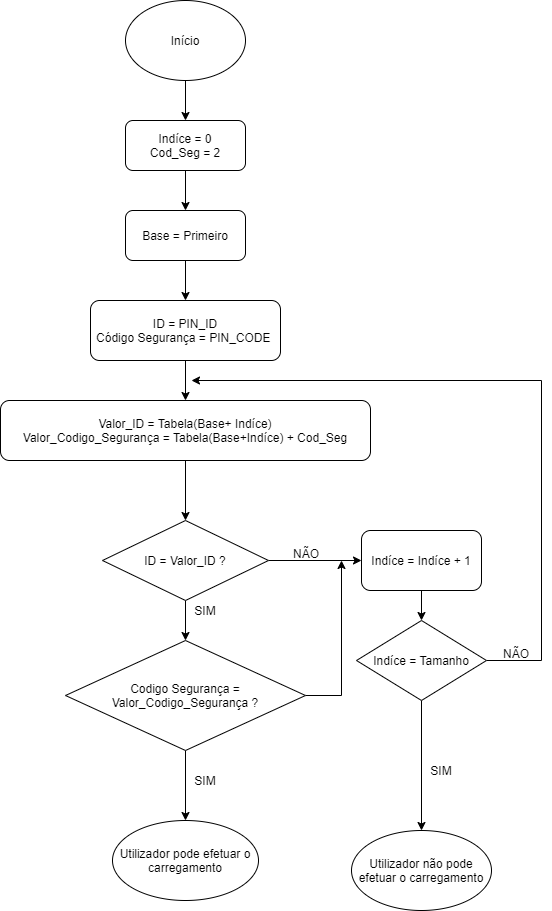
ProgRub/Proj2AC keeps this draw.io diagram as flux_verificacao_utilizador.png. Above is the earlier version. Source tidied: cells renumbered, new cells last; positions are measured from the earlier drawing's top-left corner, leaving out a move shared by most shapes. The source it was exported from:
```xml
<mxGraphModel>
  <root>
    <mxCell id="0" />
    <mxCell id="1" parent="0" />
    <mxCell id="2" style="edgeStyle=orthogonalEdgeStyle;rounded=0;jettySize=auto;html=1;entryX=0.5;entryY=0;entryDx=0;entryDy=0;" parent="1" edge="1" source="3" target="5">
      <mxGeometry relative="1" as="geometry" />
    </mxCell>
    <mxCell id="3" value="Início" style="ellipse;whiteSpace=wrap;html=1;" parent="1" vertex="1">
      <mxGeometry x="125" width="120" height="80" as="geometry" />
    </mxCell>
    <mxCell id="4" style="edgeStyle=orthogonalEdgeStyle;rounded=0;jettySize=auto;html=1;entryX=0.5;entryY=0;entryDx=0;entryDy=0;" parent="1" edge="1" source="5" target="7">
      <mxGeometry relative="1" as="geometry" />
    </mxCell>
    <mxCell id="5" value="Indíce = 0&lt;br&gt;Cod_Seg = 2" style="rounded=1;whiteSpace=wrap;html=1;" parent="1" vertex="1">
      <mxGeometry x="125" y="120" width="120" height="50" as="geometry" />
    </mxCell>
    <mxCell id="6" style="edgeStyle=orthogonalEdgeStyle;rounded=0;jettySize=auto;html=1;entryX=0.5;entryY=0;entryDx=0;entryDy=0;" parent="1" edge="1" source="7" target="9">
      <mxGeometry relative="1" as="geometry" />
    </mxCell>
    <mxCell id="7" value="Base = Primeiro" style="rounded=1;whiteSpace=wrap;html=1;" parent="1" vertex="1">
      <mxGeometry x="125" y="210" width="120" height="50" as="geometry" />
    </mxCell>
    <mxCell id="8" style="edgeStyle=orthogonalEdgeStyle;rounded=0;jettySize=auto;html=1;entryX=0.5;entryY=0;entryDx=0;entryDy=0;" parent="1" edge="1" source="9" target="11">
      <mxGeometry relative="1" as="geometry" />
    </mxCell>
    <mxCell id="9" value="ID = PIN_ID&lt;br&gt;Código Segurança = PIN_CODE&amp;nbsp;" style="rounded=1;whiteSpace=wrap;html=1;" parent="1" vertex="1">
      <mxGeometry x="90" y="300" width="190" height="60" as="geometry" />
    </mxCell>
    <mxCell id="10" style="edgeStyle=orthogonalEdgeStyle;rounded=0;jettySize=auto;html=1;entryX=0.5;entryY=0;entryDx=0;entryDy=0;" parent="1" edge="1" source="11" target="14">
      <mxGeometry relative="1" as="geometry" />
    </mxCell>
    <mxCell id="11" value="Valor_ID&amp;nbsp;= Tabela(Base+ Indíce)&lt;br&gt;Valor_Codigo_Segurança = Tabela(Base+Indíce) + Cod_Seg" style="rounded=1;whiteSpace=wrap;html=1;" parent="1" vertex="1">
      <mxGeometry y="400" width="370" height="60" as="geometry" />
    </mxCell>
    <mxCell id="12" style="edgeStyle=orthogonalEdgeStyle;rounded=0;jettySize=auto;html=1;entryX=0.5;entryY=0;entryDx=0;entryDy=0;" parent="1" edge="1" source="14" target="17">
      <mxGeometry relative="1" as="geometry" />
    </mxCell>
    <mxCell id="13" style="edgeStyle=orthogonalEdgeStyle;rounded=0;jettySize=auto;html=1;entryX=0;entryY=0.5;entryDx=0;entryDy=0;" parent="1" edge="1" source="14" target="22">
      <mxGeometry relative="1" as="geometry" />
    </mxCell>
    <mxCell id="14" value="ID = Valor_ID ?" style="rhombus;whiteSpace=wrap;html=1;" parent="1" vertex="1">
      <mxGeometry x="102" y="520" width="166" height="80" as="geometry" />
    </mxCell>
    <mxCell id="15" style="edgeStyle=orthogonalEdgeStyle;rounded=0;jettySize=auto;html=1;" parent="1" edge="1" source="17">
      <mxGeometry relative="1" as="geometry">
        <mxPoint x="185" y="820" as="targetPoint" />
      </mxGeometry>
    </mxCell>
    <mxCell id="16" style="edgeStyle=orthogonalEdgeStyle;rounded=0;jettySize=auto;html=1;" parent="1" edge="1" source="17">
      <mxGeometry relative="1" as="geometry">
        <mxPoint x="341" y="560" as="targetPoint" />
      </mxGeometry>
    </mxCell>
    <mxCell id="17" value="Codigo Segurança = Valor_Codigo_Segurança ?" style="rhombus;whiteSpace=wrap;html=1;" parent="1" vertex="1">
      <mxGeometry x="65" y="640" width="240" height="110" as="geometry" />
    </mxCell>
    <mxCell id="18" value="SIM" style="text;html=1;strokeColor=none;fillColor=none;align=center;verticalAlign=middle;whiteSpace=wrap;rounded=0;" parent="1" vertex="1">
      <mxGeometry x="185" y="600" width="40" height="20" as="geometry" />
    </mxCell>
    <mxCell id="19" value="SIM" style="text;html=1;strokeColor=none;fillColor=none;align=center;verticalAlign=middle;whiteSpace=wrap;rounded=0;" parent="1" vertex="1">
      <mxGeometry x="185" y="770" width="40" height="20" as="geometry" />
    </mxCell>
    <mxCell id="20" value="Utilizador pode efetuar o carregamento" style="ellipse;whiteSpace=wrap;html=1;" parent="1" vertex="1">
      <mxGeometry x="112" y="820" width="146" height="80" as="geometry" />
    </mxCell>
    <mxCell id="21" style="edgeStyle=orthogonalEdgeStyle;rounded=0;jettySize=auto;html=1;entryX=0.5;entryY=0;entryDx=0;entryDy=0;" parent="1" edge="1" source="22" target="26">
      <mxGeometry relative="1" as="geometry" />
    </mxCell>
    <mxCell id="22" value="Indíce = Indíce + 1" style="rounded=1;whiteSpace=wrap;html=1;" parent="1" vertex="1">
      <mxGeometry x="361" y="530" width="120" height="60" as="geometry" />
    </mxCell>
    <mxCell id="23" value="NÃO" style="text;whiteSpace=wrap;html=1;" parent="1" vertex="1">
      <mxGeometry x="291" y="540" width="30" height="20" as="geometry" />
    </mxCell>
    <mxCell id="24" style="edgeStyle=orthogonalEdgeStyle;rounded=0;jettySize=auto;html=1;" parent="1" edge="1" source="26">
      <mxGeometry relative="1" as="geometry">
        <mxPoint x="191" y="380" as="targetPoint" />
        <Array as="points">
          <mxPoint x="541" y="660" />
          <mxPoint x="541" y="380" />
        </Array>
      </mxGeometry>
    </mxCell>
    <mxCell id="25" style="edgeStyle=orthogonalEdgeStyle;rounded=0;jettySize=auto;html=1;" parent="1" edge="1" source="26">
      <mxGeometry relative="1" as="geometry">
        <mxPoint x="421" y="830" as="targetPoint" />
      </mxGeometry>
    </mxCell>
    <mxCell id="26" value="Indíce = Tamanho" style="rhombus;whiteSpace=wrap;html=1;" parent="1" vertex="1">
      <mxGeometry x="356" y="620" width="130" height="80" as="geometry" />
    </mxCell>
    <mxCell id="27" value="NÃO" style="text;whiteSpace=wrap;html=1;" parent="1" vertex="1">
      <mxGeometry x="501" y="640" width="50" height="70" as="geometry" />
    </mxCell>
    <mxCell id="28" value="Utilizador não pode efetuar o carregamento" style="ellipse;whiteSpace=wrap;html=1;" parent="1" vertex="1">
      <mxGeometry x="351" y="830" width="140" height="80" as="geometry" />
    </mxCell>
    <mxCell id="29" value="SIM" style="text;html=1;strokeColor=none;fillColor=none;align=center;verticalAlign=middle;whiteSpace=wrap;rounded=0;" parent="1" vertex="1">
      <mxGeometry x="421" y="760" width="40" height="20" as="geometry" />
    </mxCell>
  </root>
</mxGraphModel>
```
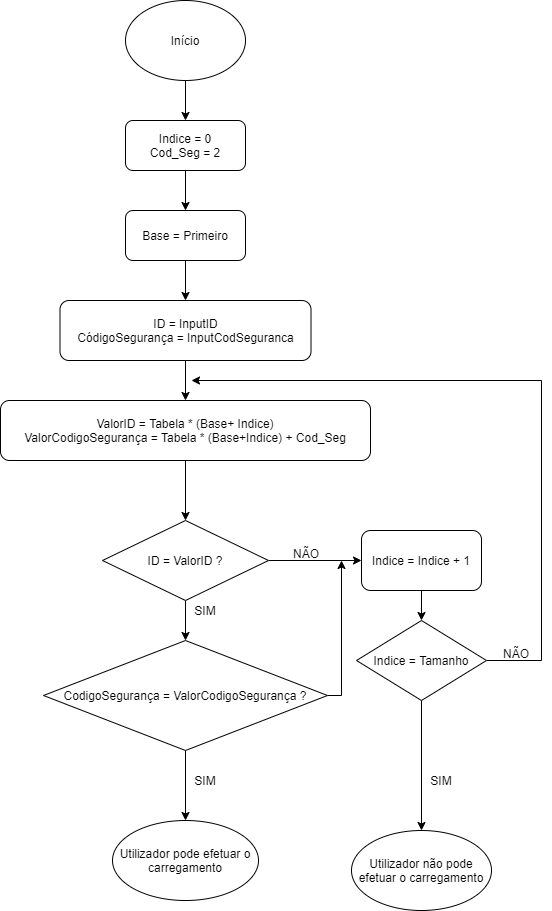
Later version of the same file.

The edit, as a diff of the source:
```diff
@@ -11,7 +11,7 @@
     <mxCell id="4" style="edgeStyle=orthogonalEdgeStyle;rounded=0;jettySize=auto;html=1;entryX=0.5;entryY=0;entryDx=0;entryDy=0;" parent="1" edge="1" source="5" target="7">
       <mxGeometry relative="1" as="geometry" />
     </mxCell>
-    <mxCell id="5" value="Indíce = 0&lt;br&gt;Cod_Seg = 2" style="rounded=1;whiteSpace=wrap;html=1;" parent="1" vertex="1">
+    <mxCell id="5" value="Indice = 0&lt;br&gt;Cod_Seg = 2" style="rounded=1;whiteSpace=wrap;html=1;" parent="1" vertex="1">
       <mxGeometry x="125" y="120" width="120" height="50" as="geometry" />
     </mxCell>
     <mxCell id="6" style="edgeStyle=orthogonalEdgeStyle;rounded=0;jettySize=auto;html=1;entryX=0.5;entryY=0;entryDx=0;entryDy=0;" parent="1" edge="1" source="7" target="9">
@@ -23,13 +23,13 @@
     <mxCell id="8" style="edgeStyle=orthogonalEdgeStyle;rounded=0;jettySize=auto;html=1;entryX=0.5;entryY=0;entryDx=0;entryDy=0;" parent="1" edge="1" source="9" target="11">
       <mxGeometry relative="1" as="geometry" />
     </mxCell>
-    <mxCell id="9" value="ID = PIN_ID&lt;br&gt;Código Segurança = PIN_CODE&amp;nbsp;" style="rounded=1;whiteSpace=wrap;html=1;" parent="1" vertex="1">
-      <mxGeometry x="90" y="300" width="190" height="60" as="geometry" />
+    <mxCell id="9" value="ID = InputID&lt;br&gt;CódigoSegurança = InputCodSeguranca" style="rounded=1;whiteSpace=wrap;html=1;" parent="1" vertex="1">
+      <mxGeometry x="59.5" y="300" width="251" height="60" as="geometry" />
     </mxCell>
     <mxCell id="10" style="edgeStyle=orthogonalEdgeStyle;rounded=0;jettySize=auto;html=1;entryX=0.5;entryY=0;entryDx=0;entryDy=0;" parent="1" edge="1" source="11" target="14">
       <mxGeometry relative="1" as="geometry" />
     </mxCell>
-    <mxCell id="11" value="Valor_ID&amp;nbsp;= Tabela(Base+ Indíce)&lt;br&gt;Valor_Codigo_Segurança = Tabela(Base+Indíce) + Cod_Seg" style="rounded=1;whiteSpace=wrap;html=1;" parent="1" vertex="1">
+    <mxCell id="11" value="ValorID&amp;nbsp;= Tabela * (Base+ Indice)&lt;br&gt;ValorCodigoSegurança = Tabela * (Base+Indice) + Cod_Seg" style="rounded=1;whiteSpace=wrap;html=1;" parent="1" vertex="1">
       <mxGeometry y="400" width="370" height="60" as="geometry" />
     </mxCell>
     <mxCell id="12" style="edgeStyle=orthogonalEdgeStyle;rounded=0;jettySize=auto;html=1;entryX=0.5;entryY=0;entryDx=0;entryDy=0;" parent="1" edge="1" source="14" target="17">
@@ -38,7 +38,7 @@
     <mxCell id="13" style="edgeStyle=orthogonalEdgeStyle;rounded=0;jettySize=auto;html=1;entryX=0;entryY=0.5;entryDx=0;entryDy=0;" parent="1" edge="1" source="14" target="22">
       <mxGeometry relative="1" as="geometry" />
     </mxCell>
-    <mxCell id="14" value="ID = Valor_ID ?" style="rhombus;whiteSpace=wrap;html=1;" parent="1" vertex="1">
+    <mxCell id="14" value="ID = ValorID ?" style="rhombus;whiteSpace=wrap;html=1;" parent="1" vertex="1">
       <mxGeometry x="102" y="520" width="166" height="80" as="geometry" />
     </mxCell>
     <mxCell id="15" style="edgeStyle=orthogonalEdgeStyle;rounded=0;jettySize=auto;html=1;" parent="1" edge="1" source="17">
@@ -49,10 +49,13 @@
     <mxCell id="16" style="edgeStyle=orthogonalEdgeStyle;rounded=0;jettySize=auto;html=1;" parent="1" edge="1" source="17">
       <mxGeometry relative="1" as="geometry">
         <mxPoint x="341" y="560" as="targetPoint" />
+        <Array as="points">
+          <mxPoint x="341" y="695" />
+        </Array>
       </mxGeometry>
     </mxCell>
-    <mxCell id="17" value="Codigo Segurança = Valor_Codigo_Segurança ?" style="rhombus;whiteSpace=wrap;html=1;" parent="1" vertex="1">
-      <mxGeometry x="65" y="640" width="240" height="110" as="geometry" />
+    <mxCell id="17" value="CodigoSegurança = ValorCodigoSegurança ?" style="rhombus;whiteSpace=wrap;html=1;" parent="1" vertex="1">
+      <mxGeometry x="43" y="640" width="284" height="110" as="geometry" />
     </mxCell>
     <mxCell id="18" value="SIM" style="text;html=1;strokeColor=none;fillColor=none;align=center;verticalAlign=middle;whiteSpace=wrap;rounded=0;" parent="1" vertex="1">
       <mxGeometry x="185" y="600" width="40" height="20" as="geometry" />
@@ -66,7 +69,7 @@
     <mxCell id="21" style="edgeStyle=orthogonalEdgeStyle;rounded=0;jettySize=auto;html=1;entryX=0.5;entryY=0;entryDx=0;entryDy=0;" parent="1" edge="1" source="22" target="26">
       <mxGeometry relative="1" as="geometry" />
     </mxCell>
-    <mxCell id="22" value="Indíce = Indíce + 1" style="rounded=1;whiteSpace=wrap;html=1;" parent="1" vertex="1">
+    <mxCell id="22" value="Indice = Indice + 1" style="rounded=1;whiteSpace=wrap;html=1;" parent="1" vertex="1">
       <mxGeometry x="361" y="530" width="120" height="60" as="geometry" />
     </mxCell>
     <mxCell id="23" value="NÃO" style="text;whiteSpace=wrap;html=1;" parent="1" vertex="1">
@@ -86,7 +89,7 @@
         <mxPoint x="421" y="830" as="targetPoint" />
       </mxGeometry>
     </mxCell>
-    <mxCell id="26" value="Indíce = Tamanho" style="rhombus;whiteSpace=wrap;html=1;" parent="1" vertex="1">
+    <mxCell id="26" value="Indice = Tamanho" style="rhombus;whiteSpace=wrap;html=1;" parent="1" vertex="1">
       <mxGeometry x="356" y="620" width="130" height="80" as="geometry" />
     </mxCell>
     <mxCell id="27" value="NÃO" style="text;whiteSpace=wrap;html=1;" parent="1" vertex="1">
@@ -96,7 +99,7 @@
       <mxGeometry x="351" y="830" width="140" height="80" as="geometry" />
     </mxCell>
     <mxCell id="29" value="SIM" style="text;html=1;strokeColor=none;fillColor=none;align=center;verticalAlign=middle;whiteSpace=wrap;rounded=0;" parent="1" vertex="1">
-      <mxGeometry x="421" y="760" width="40" height="20" as="geometry" />
+      <mxGeometry x="421" y="770" width="40" height="20" as="geometry" />
     </mxCell>
   </root>
 </mxGraphModel>
```
